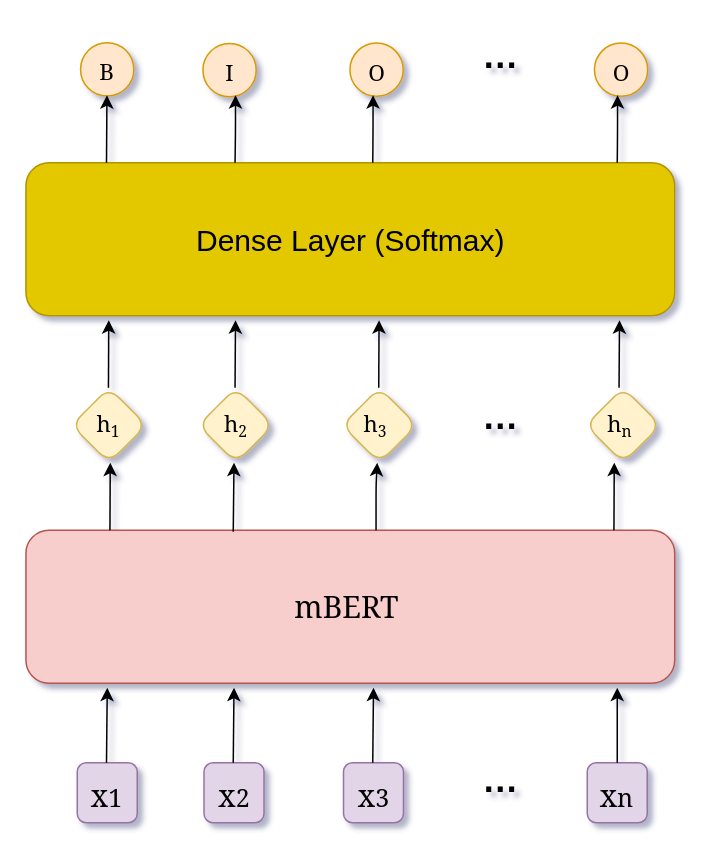
Above: BiLSTM-CRF.drawio in yhx123hero/CyberspaceSecurity_NER (draw.io), before the change. Source tidied: cells renumbered, new cells numbered last; positions are measured from the earlier drawing's top-left corner, leaving out a move shared by most shapes. Both pictures are drawn from the tidied source at 150%, with x=0, y=0 at pixel (26, 26).
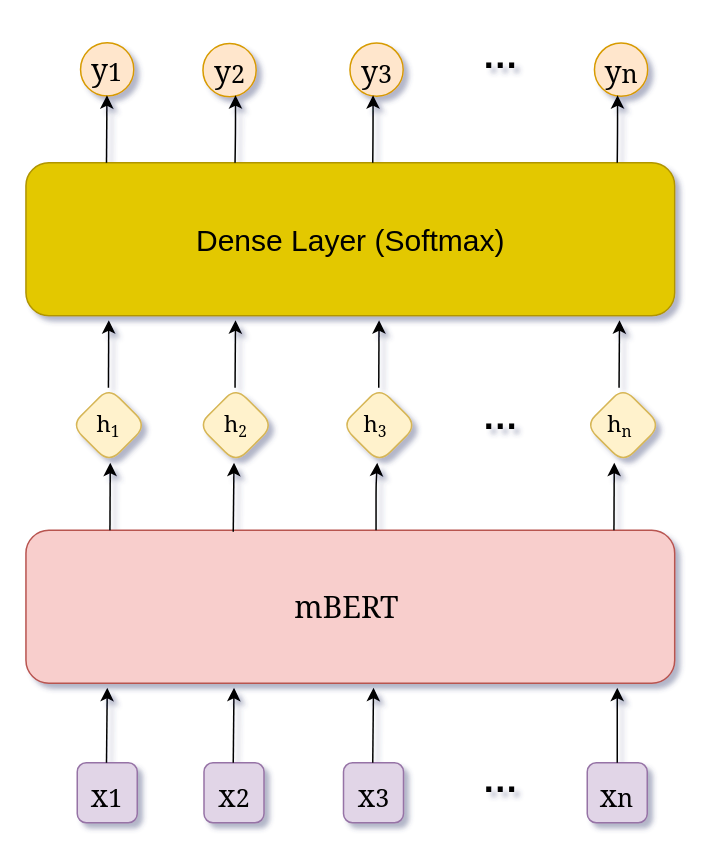
Above is the later version.

The edit, as a diff of the source:
```diff
@@
-    <mxCell id="21" value="B" style="text;html=1;strokeColor=none;fillColor=none;align=center;verticalAlign=middle;whiteSpace=wrap;labelBackgroundColor=none;fontFamily=Georgia;fontSize=15;rounded=1;" parent="1" vertex="1">
+    <mxCell id="21" value="&lt;span style=&quot;font-size: 20px&quot;&gt;y&lt;/span&gt;&lt;span style=&quot;font-size: 16.6667px&quot;&gt;1&lt;/span&gt;" style="text;html=1;strokeColor=none;fillColor=none;align=center;verticalAlign=middle;whiteSpace=wrap;labelBackgroundColor=none;fontFamily=Georgia;fontSize=15;rounded=1;" parent="1" vertex="1">
       <mxGeometry x="34" y="19.2" width="40" height="20" as="geometry" />
     </mxCell>
@@
-    <mxCell id="23" value="I" style="text;html=1;strokeColor=none;fillColor=none;align=center;verticalAlign=middle;whiteSpace=wrap;labelBackgroundColor=none;fontFamily=Georgia;fontSize=15;rounded=1;" parent="1" vertex="1">
+    <mxCell id="23" value="&lt;span style=&quot;font-size: 20px&quot;&gt;y&lt;/span&gt;&lt;span style=&quot;font-size: 16.6667px&quot;&gt;2&lt;/span&gt;" style="text;html=1;strokeColor=none;fillColor=none;align=center;verticalAlign=middle;whiteSpace=wrap;labelBackgroundColor=none;fontFamily=Georgia;fontSize=15;rounded=1;" parent="1" vertex="1">
       <mxGeometry x="115.5" y="19.8" width="40" height="20" as="geometry" />
     </mxCell>
@@
-    <mxCell id="25" value="O" style="text;html=1;strokeColor=none;fillColor=none;align=center;verticalAlign=middle;whiteSpace=wrap;labelBackgroundColor=none;fontFamily=Georgia;fontSize=15;rounded=1;" parent="1" vertex="1">
+    <mxCell id="25" value="&lt;span style=&quot;font-size: 20px&quot;&gt;y&lt;/span&gt;&lt;span style=&quot;font-size: 16.6667px&quot;&gt;3&lt;/span&gt;" style="text;html=1;strokeColor=none;fillColor=none;align=center;verticalAlign=middle;whiteSpace=wrap;labelBackgroundColor=none;fontFamily=Georgia;fontSize=15;rounded=1;" parent="1" vertex="1">
       <mxGeometry x="213.5" y="19.5" width="40" height="20" as="geometry" />
     </mxCell>
@@
-    <mxCell id="27" value="O" style="text;html=1;strokeColor=none;fillColor=none;align=center;verticalAlign=middle;whiteSpace=wrap;labelBackgroundColor=none;fontFamily=Georgia;fontSize=15;rounded=1;" parent="1" vertex="1">
+    <mxCell id="27" value="&lt;span style=&quot;font-size: 20px&quot;&gt;y&lt;/span&gt;&lt;span style=&quot;font-size: 16.6667px&quot;&gt;n&lt;/span&gt;" style="text;html=1;strokeColor=none;fillColor=none;align=center;verticalAlign=middle;whiteSpace=wrap;labelBackgroundColor=none;fontFamily=Georgia;fontSize=15;rounded=1;" parent="1" vertex="1">
       <mxGeometry x="376.5" y="19.5" width="40" height="20" as="geometry" />
     </mxCell>
```
